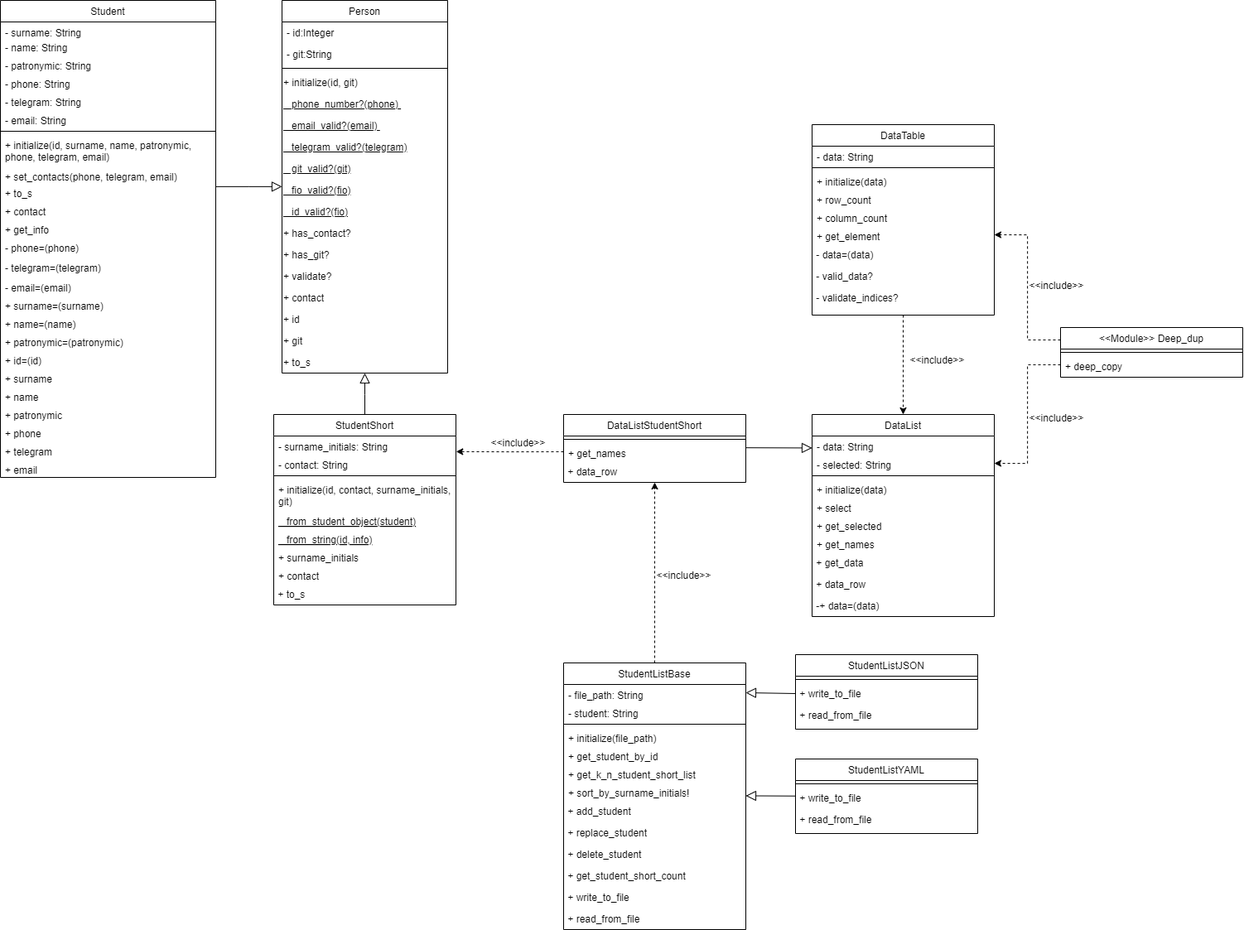
Earlier version of the draw.io export student/class_diagram.drawio.png (MoiBeTeroK/design_patterns). Source tidied: cells renumbered, new cells last; positions are measured from the earlier drawing's top-left corner, leaving out a move shared by most shapes.
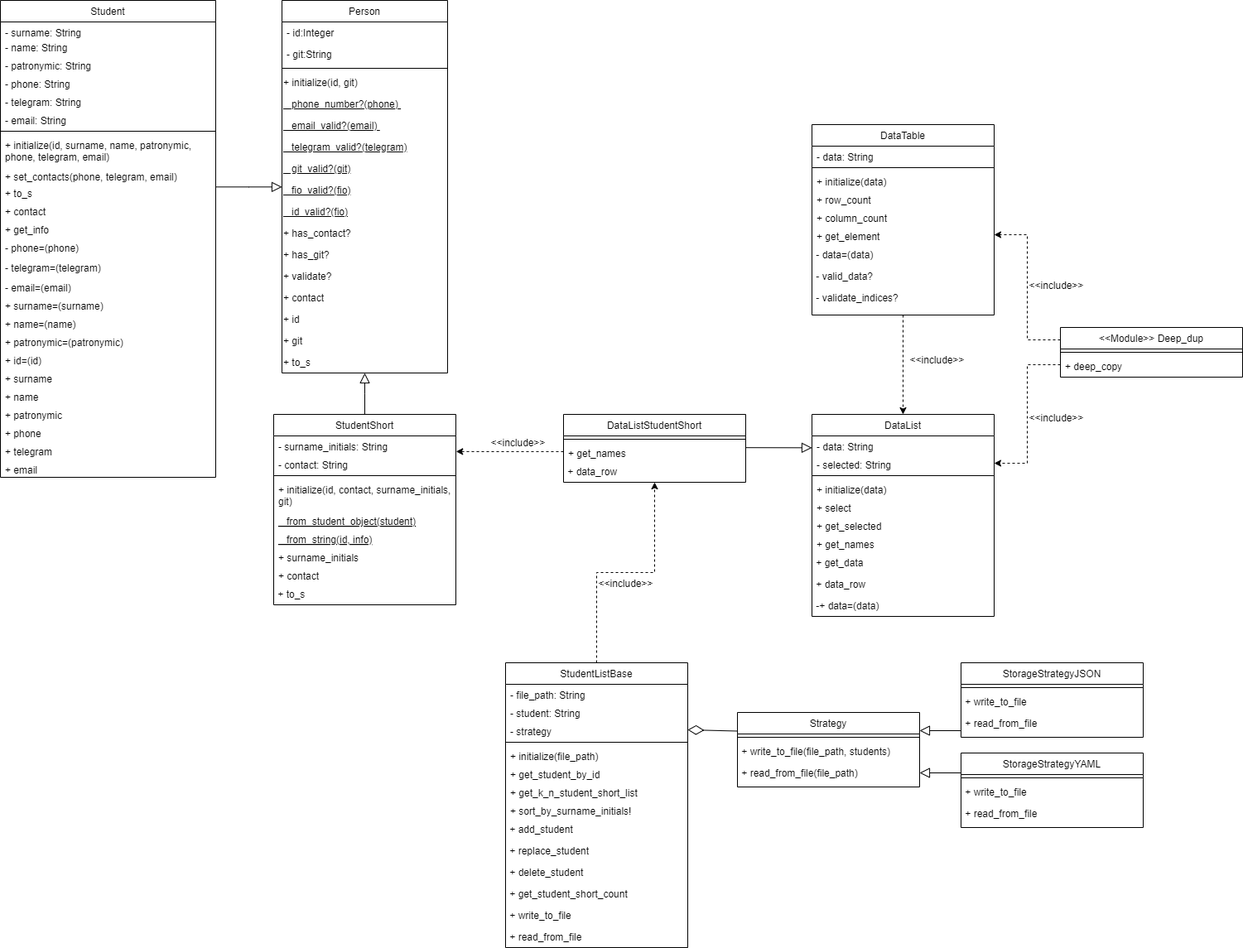
The same diagram one commit later.

Commit message:
refactor(lab4 task2.6): change class diagram

What changed in the source:
```diff
@@ -285,7 +285,7 @@
       <mxGeometry x="1230" y="490" width="90" height="30" as="geometry" />
     </mxCell>
     <mxCell id="95" value="StudentListBase" style="swimlane;fontStyle=0;align=center;verticalAlign=top;horizontal=1;startSize=26;rounded=0;shadow=0;strokeWidth=1;" parent="1" vertex="1">
-      <mxGeometry x="680" y="800" width="220" height="322" as="geometry" />
+      <mxGeometry x="610" y="800" width="220" height="344" as="geometry" />
     </mxCell>
     <mxCell id="96" value="- file_path: String" style="text;align=left;verticalAlign=top;spacingLeft=4;spacingRight=4;overflow=hidden;points=[[0,0.5],[1,0.5]];portConstraint=eastwest;" parent="95" vertex="1">
       <mxGeometry y="26" width="220" height="22" as="geometry" />
@@ -293,41 +293,44 @@
     <mxCell id="97" value="- student: String " style="text;align=left;verticalAlign=top;spacingLeft=4;spacingRight=4;overflow=hidden;" parent="95" vertex="1">
       <mxGeometry y="48" width="220" height="22" as="geometry" />
     </mxCell>
+    <mxCell id="121" value="- strategy" style="text;align=left;verticalAlign=top;spacingLeft=4;spacingRight=4;overflow=hidden;points=[[0,0.5],[1,0.5]];portConstraint=eastwest;" parent="95" vertex="1">
+      <mxGeometry y="70" width="220" height="22" as="geometry" />
+    </mxCell>
     <mxCell id="98" style="line;html=1;strokeWidth=1;align=left;verticalAlign=middle;spacingTop=-1;spacingLeft=3;spacingRight=3;labelPosition=right;" parent="95" vertex="1">
-      <mxGeometry y="70" width="220" height="8" as="geometry" />
+      <mxGeometry y="92" width="220" height="8" as="geometry" />
     </mxCell>
     <mxCell id="99" value="+ initialize(file_path)  " style="text;align=left;verticalAlign=top;spacingLeft=4;spacingRight=4;overflow=hidden;" parent="95" vertex="1">
-      <mxGeometry y="78" width="220" height="22" as="geometry" />
+      <mxGeometry y="100" width="220" height="22" as="geometry" />
     </mxCell>
     <mxCell id="100" value="+ get_student_by_id" style="text;align=left;verticalAlign=top;spacingLeft=4;spacingRight=4;overflow=hidden;fontStyle=0;" parent="95" vertex="1">
-      <mxGeometry y="100" width="220" height="22" as="geometry" />
+      <mxGeometry y="122" width="220" height="22" as="geometry" />
     </mxCell>
     <mxCell id="101" value="+ get_k_n_student_short_list" style="text;align=left;verticalAlign=top;spacingLeft=4;spacingRight=4;overflow=hidden;" parent="95" vertex="1">
-      <mxGeometry y="122" width="220" height="22" as="geometry" />
+      <mxGeometry y="144" width="220" height="22" as="geometry" />
     </mxCell>
     <mxCell id="102" value="+ sort_by_surname_initials!" style="text;align=left;verticalAlign=top;spacingLeft=4;spacingRight=4;overflow=hidden;" parent="95" vertex="1">
-      <mxGeometry y="144" width="220" height="22" as="geometry" />
+      <mxGeometry y="166" width="220" height="22" as="geometry" />
     </mxCell>
     <mxCell id="103" value=" + add_student" style="text;whiteSpace=wrap;" parent="95" vertex="1">
-      <mxGeometry y="166" width="220" height="26" as="geometry" />
+      <mxGeometry y="188" width="220" height="26" as="geometry" />
     </mxCell>
     <mxCell id="104" value=" + replace_student" style="text;whiteSpace=wrap;" parent="95" vertex="1">
-      <mxGeometry y="192" width="220" height="26" as="geometry" />
+      <mxGeometry y="214" width="220" height="26" as="geometry" />
     </mxCell>
     <mxCell id="105" value=" + delete_student" style="text;whiteSpace=wrap;" parent="95" vertex="1">
-      <mxGeometry y="218" width="220" height="26" as="geometry" />
+      <mxGeometry y="240" width="220" height="26" as="geometry" />
     </mxCell>
     <mxCell id="106" value=" + get_student_short_count" style="text;whiteSpace=wrap;" parent="95" vertex="1">
-      <mxGeometry y="244" width="220" height="26" as="geometry" />
+      <mxGeometry y="266" width="220" height="26" as="geometry" />
     </mxCell>
     <mxCell id="107" value=" + write_to_file" style="text;whiteSpace=wrap;" parent="95" vertex="1">
-      <mxGeometry y="270" width="220" height="26" as="geometry" />
+      <mxGeometry y="292" width="220" height="26" as="geometry" />
     </mxCell>
     <mxCell id="108" value=" + read_from_file" style="text;whiteSpace=wrap;" parent="95" vertex="1">
-      <mxGeometry y="296" width="220" height="26" as="geometry" />
+      <mxGeometry y="318" width="220" height="26" as="geometry" />
     </mxCell>
-    <mxCell id="109" value="StudentListJSON" style="swimlane;fontStyle=0;align=center;verticalAlign=top;horizontal=1;startSize=26;rounded=0;shadow=0;strokeWidth=1;" parent="1" vertex="1">
-      <mxGeometry x="960" y="790" width="220" height="90" as="geometry" />
+    <mxCell id="109" value="StorageStrategyJSON" style="swimlane;fontStyle=0;align=center;verticalAlign=top;horizontal=1;startSize=26;rounded=0;shadow=0;strokeWidth=1;" parent="1" vertex="1">
+      <mxGeometry x="1160" y="800" width="220" height="90" as="geometry" />
     </mxCell>
     <mxCell id="110" style="line;html=1;strokeWidth=1;align=left;verticalAlign=middle;spacingTop=-1;spacingLeft=3;spacingRight=3;labelPosition=right;" parent="109" vertex="1">
       <mxGeometry y="26" width="220" height="8" as="geometry" />
@@ -338,8 +341,8 @@
     <mxCell id="112" value=" + read_from_file" style="text;whiteSpace=wrap;" parent="109" vertex="1">
       <mxGeometry y="60" width="220" height="26" as="geometry" />
     </mxCell>
-    <mxCell id="113" value="StudentListYAML" style="swimlane;fontStyle=0;align=center;verticalAlign=top;horizontal=1;startSize=26;rounded=0;shadow=0;strokeWidth=1;" parent="1" vertex="1">
-      <mxGeometry x="960" y="916" width="220" height="90" as="geometry" />
+    <mxCell id="113" value="StorageStrategyYAML" style="swimlane;fontStyle=0;align=center;verticalAlign=top;horizontal=1;startSize=26;rounded=0;shadow=0;strokeWidth=1;" parent="1" vertex="1">
+      <mxGeometry x="1160" y="909" width="220" height="90" as="geometry" />
     </mxCell>
     <mxCell id="114" style="line;html=1;strokeWidth=1;align=left;verticalAlign=middle;spacingTop=-1;spacingLeft=3;spacingRight=3;labelPosition=right;" parent="113" vertex="1">
       <mxGeometry y="26" width="220" height="8" as="geometry" />
@@ -350,20 +353,43 @@
     <mxCell id="116" value=" + read_from_file" style="text;whiteSpace=wrap;" parent="113" vertex="1">
       <mxGeometry y="60" width="220" height="26" as="geometry" />
     </mxCell>
-    <mxCell id="117" style="endArrow=block;endSize=10;endFill=0;shadow=0;strokeWidth=1;rounded=0;curved=0;edgeStyle=elbowEdgeStyle;elbow=vertical;exitX=0;exitY=0.5;exitDx=0;exitDy=0;entryX=1;entryY=0.5;entryDx=0;entryDy=0;" parent="1" edge="1" source="111" target="96">
-      <mxGeometry relative="1" as="geometry" />
+    <mxCell id="117" style="endArrow=block;endSize=10;endFill=0;shadow=0;strokeWidth=1;rounded=0;curved=0;edgeStyle=elbowEdgeStyle;elbow=vertical;exitX=0;exitY=0.5;exitDx=0;exitDy=0;entryX=1;entryY=0.25;entryDx=0;entryDy=0;" parent="1" edge="1" target="122">
+      <mxGeometry relative="1" as="geometry">
+        <mxPoint x="1160" y="880.2" as="sourcePoint" />
+      </mxGeometry>
     </mxCell>
-    <mxCell id="118" style="endArrow=block;endSize=10;endFill=0;shadow=0;strokeWidth=1;rounded=0;curved=0;edgeStyle=elbowEdgeStyle;elbow=vertical;exitX=0;exitY=0.5;exitDx=0;exitDy=0;entryX=1;entryY=0.5;entryDx=0;entryDy=0;" parent="1" edge="1">
+    <mxCell id="118" style="endArrow=block;endSize=10;endFill=0;shadow=0;strokeWidth=1;rounded=0;curved=0;edgeStyle=elbowEdgeStyle;elbow=vertical;entryX=1;entryY=0.5;entryDx=0;entryDy=0;" parent="1" edge="1" target="125">
       <mxGeometry relative="1" as="geometry">
-        <mxPoint x="960" y="960.7" as="sourcePoint" />
-        <mxPoint x="900" y="960.7" as="targetPoint" />
+        <mxPoint x="1160" y="940" as="sourcePoint" />
+        <Array as="points">
+          <mxPoint x="1110" y="933" />
+        </Array>
       </mxGeometry>
     </mxCell>
     <mxCell id="119" style="edgeStyle=orthogonalEdgeStyle;rounded=0;jettySize=auto;html=1;exitX=0.5;exitY=0;exitDx=0;exitDy=0;entryX=0.5;entryY=1;entryDx=0;entryDy=0;dashed=1;" parent="1" edge="1" source="95" target="61">
       <mxGeometry relative="1" as="geometry" />
     </mxCell>
     <mxCell id="120" value="&amp;lt;&amp;lt;include&amp;gt;&amp;gt;" style="text;html=1;align=center;verticalAlign=middle;strokeColor=none;fillColor=none;" parent="1" vertex="1">
-      <mxGeometry x="780" y="680" width="90" height="30" as="geometry" />
+      <mxGeometry x="710" y="690" width="90" height="30" as="geometry" />
     </mxCell>
+    <mxCell id="122" value="Strategy" style="swimlane;fontStyle=0;align=center;verticalAlign=top;horizontal=1;startSize=26;rounded=0;shadow=0;strokeWidth=1;" parent="1" vertex="1">
+      <mxGeometry x="890" y="860" width="220" height="90" as="geometry" />
+    </mxCell>
+    <mxCell id="123" style="line;html=1;strokeWidth=1;align=left;verticalAlign=middle;spacingTop=-1;spacingLeft=3;spacingRight=3;labelPosition=right;" parent="122" vertex="1">
+      <mxGeometry y="26" width="220" height="8" as="geometry" />
+    </mxCell>
+    <mxCell id="124" value=" + write_to_file(file_path, students)" style="text;whiteSpace=wrap;" parent="122" vertex="1">
+      <mxGeometry y="34" width="220" height="26" as="geometry" />
+    </mxCell>
+    <mxCell id="125" value=" + read_from_file(file_path)" style="text;whiteSpace=wrap;" parent="122" vertex="1">
+      <mxGeometry y="60" width="220" height="26" as="geometry" />
+    </mxCell>
+    <mxCell id="126" style="endArrow=diamondThin;endSize=17;endFill=0;shadow=0;strokeWidth=1;rounded=0;curved=0;edgeStyle=elbowEdgeStyle;elbow=vertical;entryX=1;entryY=0.5;entryDx=0;entryDy=0;exitX=0;exitY=0.25;exitDx=0;exitDy=0;startSize=6;targetPerimeterSpacing=0;sourcePerimeterSpacing=0;jumpSize=6;" parent="1" edge="1" source="122" target="121">
+      <mxGeometry relative="1" as="geometry">
+        <Array as="points">
+          <mxPoint x="860" y="881" />
+        </Array>
+      </mxGeometry>
+    </mxCell>
   </root>
 </mxGraphModel>
```
